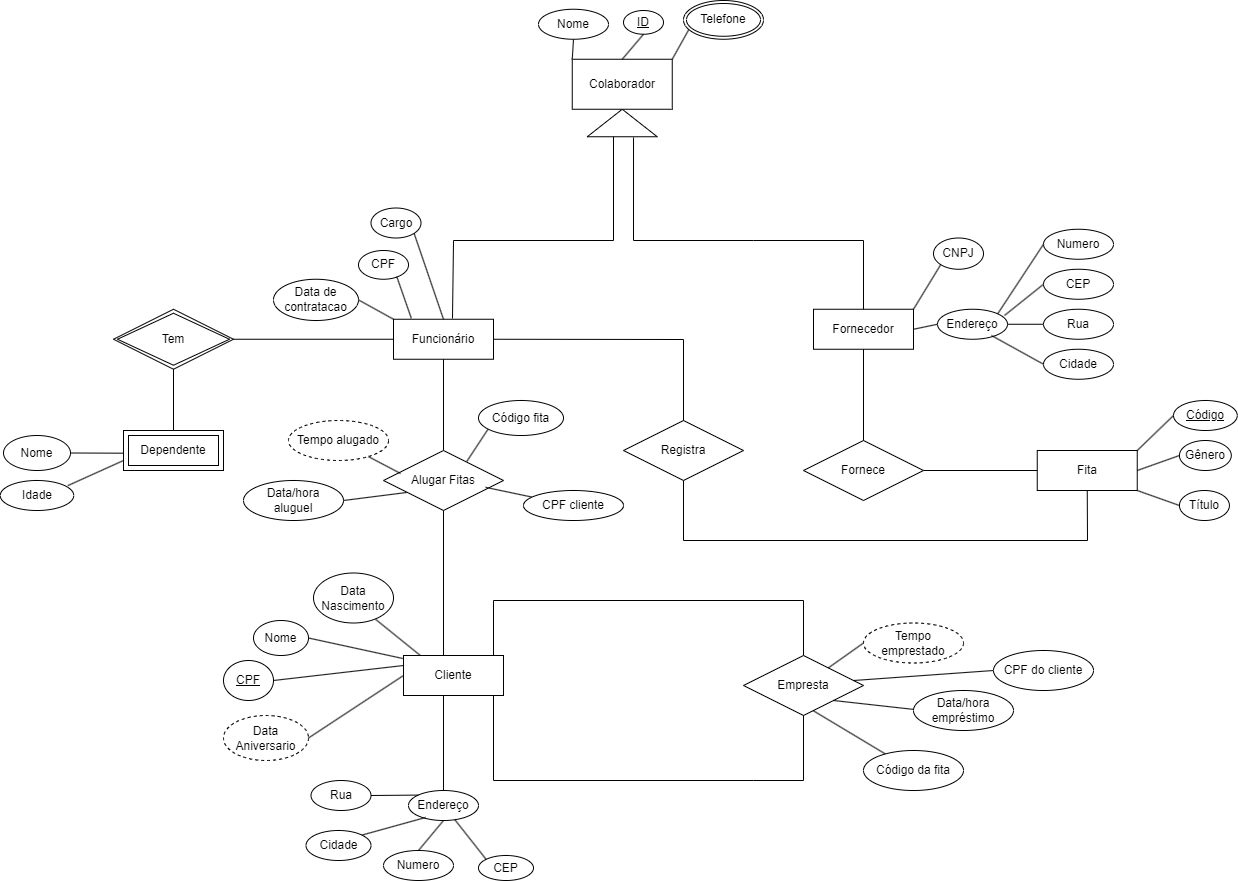
Earlier version of the draw.io export Database Diagram.drawio.png (ivanalves-t/DataBaseMER). Source tidied: cells renumbered, new cells last; positions are measured from the earlier drawing's top-left corner, leaving out a move shared by most shapes.
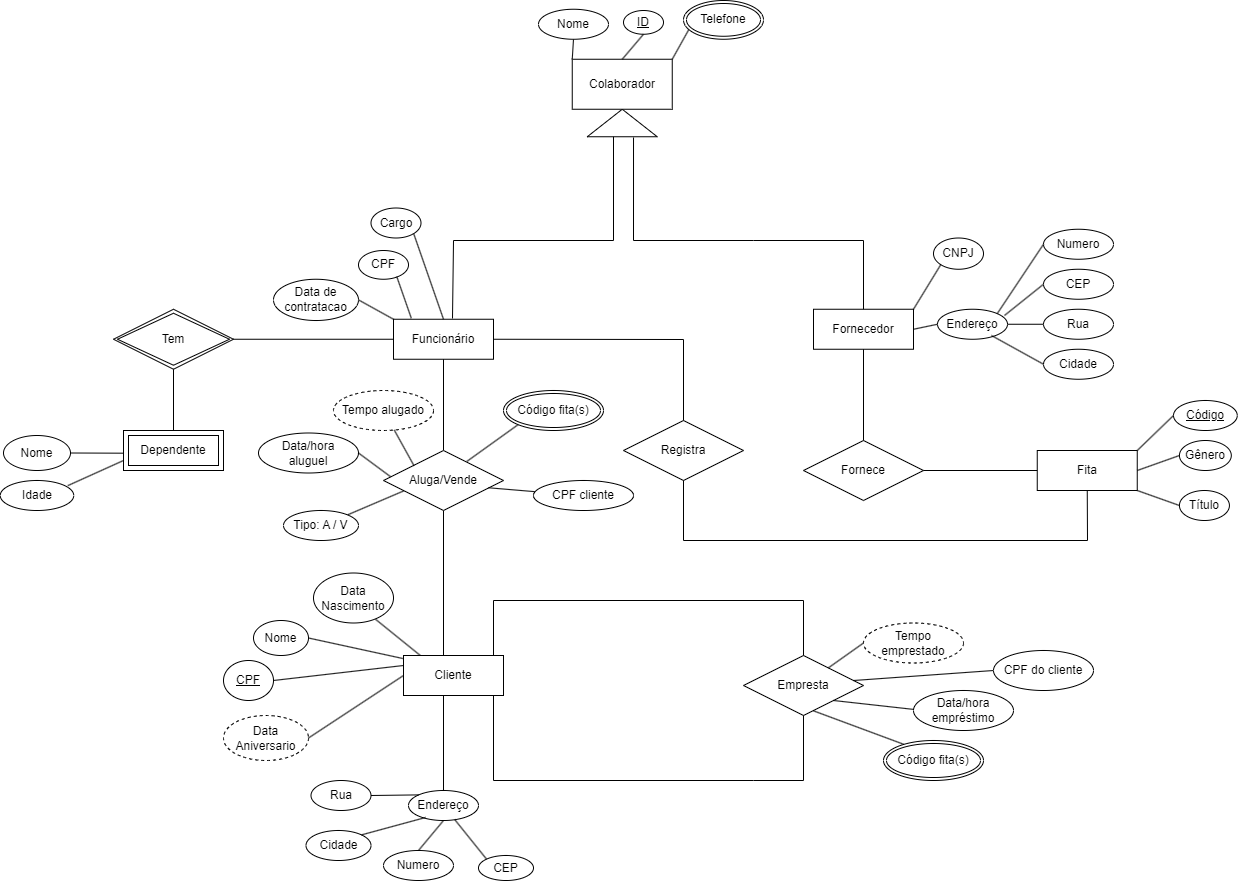
Later version of the same file.

Diff of the diagram source:
```diff
@@ -236,7 +236,7 @@
     <mxCell id="67" value="Cliente" style="whiteSpace=wrap;html=1;align=center;" parent="1" vertex="1">
       <mxGeometry x="403" y="655" width="100" height="40" as="geometry" />
     </mxCell>
-    <mxCell id="68" value="Alugar Fitas" style="shape=rhombus;perimeter=rhombusPerimeter;whiteSpace=wrap;html=1;align=center;" parent="1" vertex="1">
+    <mxCell id="68" value="Aluga/Vende" style="shape=rhombus;perimeter=rhombusPerimeter;whiteSpace=wrap;html=1;align=center;" parent="1" vertex="1">
       <mxGeometry x="383" y="450" width="120" height="60" as="geometry" />
     </mxCell>
     <mxCell id="69" value="Tem" style="shape=rhombus;double=1;perimeter=rhombusPerimeter;whiteSpace=wrap;html=1;align=center;" parent="1" vertex="1">
@@ -273,46 +273,52 @@
       <mxGeometry relative="1" as="geometry" />
     </mxCell>
     <mxCell id="80" value="Tempo alugado" style="ellipse;whiteSpace=wrap;html=1;align=center;dashed=1;" parent="1" vertex="1">
-      <mxGeometry x="288" y="420" width="100" height="40" as="geometry" />
+      <mxGeometry x="333" y="390" width="100" height="40" as="geometry" />
     </mxCell>
     <mxCell id="81" value="Data/hora empréstimo" style="ellipse;whiteSpace=wrap;html=1;align=center;" parent="1" vertex="1">
       <mxGeometry x="913" y="690" width="100" height="40" as="geometry" />
     </mxCell>
-    <mxCell id="82" style="endArrow=none;html=1;rounded=0;entryX=0.142;entryY=0.383;entryDx=0;entryDy=0;entryPerimeter=0;" parent="1" edge="1" source="80" target="68">
+    <mxCell id="82" style="endArrow=none;html=1;rounded=0;entryX=0.254;entryY=0.253;entryDx=0;entryDy=0;entryPerimeter=0;" parent="1" edge="1" source="80" target="68">
       <mxGeometry relative="1" as="geometry" />
     </mxCell>
     <mxCell id="83" value="Data/hora&lt;div&gt;aluguel&lt;/div&gt;" style="ellipse;whiteSpace=wrap;html=1;align=center;" parent="1" vertex="1">
-      <mxGeometry x="243" y="480" width="100" height="40" as="geometry" />
+      <mxGeometry x="258" y="432.5" width="100" height="40" as="geometry" />
     </mxCell>
-    <mxCell id="84" style="endArrow=none;html=1;rounded=0;exitX=1;exitY=0.5;exitDx=0;exitDy=0;entryX=0.192;entryY=0.7;entryDx=0;entryDy=0;entryPerimeter=0;" parent="1" edge="1" source="83" target="68">
+    <mxCell id="84" style="endArrow=none;html=1;rounded=0;exitX=1;exitY=0.5;exitDx=0;exitDy=0;entryX=0.059;entryY=0.437;entryDx=0;entryDy=0;entryPerimeter=0;" parent="1" edge="1" source="83" target="68">
       <mxGeometry relative="1" as="geometry" />
     </mxCell>
     <mxCell id="85" style="endArrow=none;html=1;rounded=0;exitX=1;exitY=0.5;exitDx=0;exitDy=0;entryX=0;entryY=0.25;entryDx=0;entryDy=0;" parent="1" edge="1" source="64" target="67">
       <mxGeometry relative="1" as="geometry" />
     </mxCell>
-    <mxCell id="86" style="endArrow=none;html=1;rounded=0;exitX=0.694;exitY=0.183;exitDx=0;exitDy=0;exitPerimeter=0;entryX=0.125;entryY=0.773;entryDx=0;entryDy=0;entryPerimeter=0;" parent="1" edge="1" source="68" target="87">
+    <mxCell id="86" style="endArrow=none;html=1;rounded=0;exitX=0.694;exitY=0.183;exitDx=0;exitDy=0;exitPerimeter=0;entryX=0;entryY=1;entryDx=0;entryDy=0;" parent="1" edge="1" source="68" target="94">
       <mxGeometry relative="1" as="geometry" />
     </mxCell>
-    <mxCell id="87" value="Código fita" style="ellipse;whiteSpace=wrap;html=1;align=center;" parent="1" vertex="1">
-      <mxGeometry x="478" y="400" width="85" height="35" as="geometry" />
-    </mxCell>
-    <mxCell id="88" style="endArrow=none;html=1;rounded=0;exitX=0.851;exitY=0.614;exitDx=0;exitDy=0;exitPerimeter=0;" parent="1" edge="1" source="68" target="89">
+    <mxCell id="88" style="endArrow=none;html=1;rounded=0;exitX=0.874;exitY=0.621;exitDx=0;exitDy=0;exitPerimeter=0;" parent="1" edge="1" source="68" target="89">
       <mxGeometry relative="1" as="geometry" />
     </mxCell>
     <mxCell id="89" value="CPF cliente" style="ellipse;whiteSpace=wrap;html=1;align=center;" parent="1" vertex="1">
-      <mxGeometry x="523" y="490" width="100" height="30" as="geometry" />
+      <mxGeometry x="533" y="480" width="100" height="30" as="geometry" />
     </mxCell>
-    <mxCell id="90" style="endArrow=none;html=1;rounded=0;exitX=0.583;exitY=0.922;exitDx=0;exitDy=0;exitPerimeter=0;" parent="1" edge="1" source="59" target="91">
+    <mxCell id="90" style="endArrow=none;html=1;rounded=0;exitX=0.583;exitY=0.922;exitDx=0;exitDy=0;exitPerimeter=0;entryX=0.201;entryY=0.094;entryDx=0;entryDy=0;entryPerimeter=0;" parent="1" edge="1" source="59" target="95">
       <mxGeometry relative="1" as="geometry" />
     </mxCell>
-    <mxCell id="91" value="Código da fita" style="ellipse;whiteSpace=wrap;html=1;align=center;" parent="1" vertex="1">
-      <mxGeometry x="863" y="750" width="100" height="40" as="geometry" />
-    </mxCell>
     <mxCell id="92" style="endArrow=none;html=1;rounded=0;exitX=0.916;exitY=0.417;exitDx=0;exitDy=0;exitPerimeter=0;entryX=0;entryY=0.5;entryDx=0;entryDy=0;" parent="1" edge="1" source="59" target="93">
       <mxGeometry relative="1" as="geometry" />
     </mxCell>
     <mxCell id="93" value="CPF do cliente" style="ellipse;whiteSpace=wrap;html=1;align=center;" parent="1" vertex="1">
       <mxGeometry x="993" y="650" width="100" height="40" as="geometry" />
     </mxCell>
+    <mxCell id="94" value="Código fita(s)" style="ellipse;shape=doubleEllipse;margin=3;whiteSpace=wrap;html=1;align=center;" parent="1" vertex="1">
+      <mxGeometry x="503" y="390" width="100" height="40" as="geometry" />
+    </mxCell>
+    <mxCell id="95" value="Código fita(s)" style="ellipse;shape=doubleEllipse;margin=3;whiteSpace=wrap;html=1;align=center;" parent="1" vertex="1">
+      <mxGeometry x="883" y="740" width="100" height="40" as="geometry" />
+    </mxCell>
+    <mxCell id="96" style="endArrow=none;html=1;rounded=0;entryX=0.17;entryY=0.672;entryDx=0;entryDy=0;entryPerimeter=0;exitX=1;exitY=0;exitDx=0;exitDy=0;" parent="1" edge="1" source="97" target="68">
+      <mxGeometry relative="1" as="geometry" />
+    </mxCell>
+    <mxCell id="97" value="Tipo: A / V" style="ellipse;whiteSpace=wrap;html=1;align=center;" parent="1" vertex="1">
+      <mxGeometry x="283" y="510" width="75" height="30" as="geometry" />
+    </mxCell>
   </root>
 </mxGraphModel>
```
